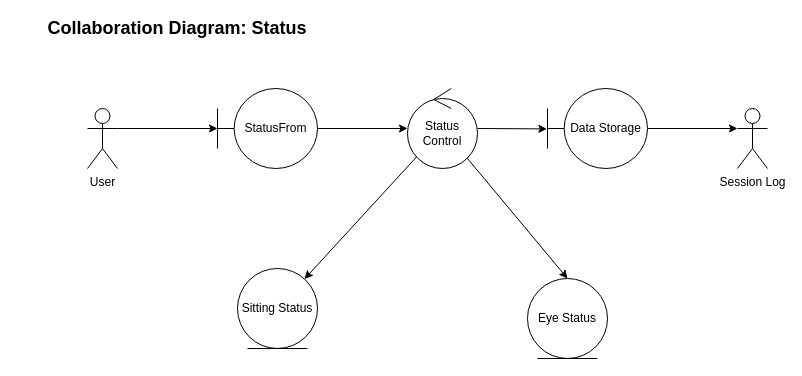
Above: page "Status" (3 of 10) of Design/Collaboration_Diagram.drawio in astrrr/Right-posture (draw.io), before the change. Source tidied: cells renumbered, new cells numbered last; positions are measured from the earlier drawing's top-left corner, leaving out a move shared by most shapes. Both pictures are drawn from the tidied source at 100%, with x=0, y=0 at pixel (17, 18).
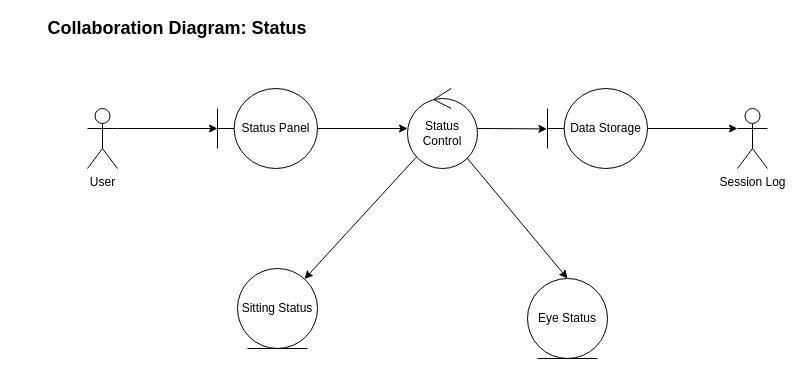
The same diagram, later.

Change to the diagram source:
```diff
@@
 <mxGraphModel>
   <root>
     <mxCell id="0" />
     <mxCell id="1" parent="0" />
     <mxCell id="2" value="&lt;b&gt;&lt;font style=&quot;font-size: 18px&quot;&gt;Collaboration Diagram: Status&lt;br&gt;&lt;/font&gt;&lt;/b&gt;" style="text;html=1;strokeColor=none;fillColor=none;align=center;verticalAlign=middle;whiteSpace=wrap;rounded=0;" parent="1" vertex="1">
       <mxGeometry width="320" height="20" as="geometry" />
     </mxCell>
     <mxCell id="3" style="edgeStyle=none;rounded=0;jettySize=auto;html=1;exitX=1;exitY=0.3333333333333333;exitDx=0;exitDy=0;exitPerimeter=0;" parent="1" edge="1" source="4" target="6">
       <mxGeometry relative="1" as="geometry" />
     </mxCell>
     <mxCell id="4" value="User" style="shape=umlActor;verticalLabelPosition=bottom;verticalAlign=top;html=1;" parent="1" vertex="1">
       <mxGeometry x="70" y="90" width="30" height="60" as="geometry" />
     </mxCell>
     <mxCell id="5" style="edgeStyle=orthogonalEdgeStyle;rounded=0;jettySize=auto;html=1;" parent="1" edge="1" source="6" target="10">
       <mxGeometry relative="1" as="geometry" />
     </mxCell>
-    <mxCell id="6" value="StatusFrom" style="shape=umlBoundary;whiteSpace=wrap;html=1;" parent="1" vertex="1">
+    <mxCell id="6" value="Status Panel" style="shape=umlBoundary;whiteSpace=wrap;html=1;" parent="1" vertex="1">
       <mxGeometry x="200" y="70" width="100" height="80" as="geometry" />
     </mxCell>
     <mxCell id="7" style="rounded=0;jettySize=auto;html=1;" parent="1" edge="1" source="10" target="11">
       <mxGeometry relative="1" as="geometry" />
     </mxCell>
     <mxCell id="8" style="edgeStyle=none;rounded=0;jettySize=auto;html=1;entryX=0.5;entryY=0;entryDx=0;entryDy=0;" parent="1" edge="1" source="10" target="12">
       <mxGeometry relative="1" as="geometry" />
     </mxCell>
     <mxCell id="9" style="edgeStyle=none;rounded=0;jettySize=auto;html=1;entryX=-0.006;entryY=0.505;entryDx=0;entryDy=0;entryPerimeter=0;" parent="1" edge="1" source="10" target="14">
       <mxGeometry relative="1" as="geometry" />
     </mxCell>
     <mxCell id="10" value="Status&lt;br&gt;Control" style="ellipse;shape=umlControl;whiteSpace=wrap;html=1;" parent="1" vertex="1">
       <mxGeometry x="390" y="70" width="70" height="80" as="geometry" />
     </mxCell>
     <mxCell id="11" value="Sitting Status" style="ellipse;shape=umlEntity;whiteSpace=wrap;html=1;" parent="1" vertex="1">
       <mxGeometry x="220" y="250" width="80" height="80" as="geometry" />
     </mxCell>
     <mxCell id="12" value="Eye Status" style="ellipse;shape=umlEntity;whiteSpace=wrap;html=1;" parent="1" vertex="1">
       <mxGeometry x="510" y="260" width="80" height="80" as="geometry" />
     </mxCell>
     <mxCell id="13" style="edgeStyle=none;rounded=0;jettySize=auto;html=1;entryX=0;entryY=0.3333333333333333;entryDx=0;entryDy=0;entryPerimeter=0;" parent="1" edge="1" source="14" target="15">
       <mxGeometry relative="1" as="geometry" />
     </mxCell>
     <mxCell id="14" value="Data Storage" style="shape=umlBoundary;whiteSpace=wrap;html=1;" parent="1" vertex="1">
       <mxGeometry x="530" y="70" width="100" height="80" as="geometry" />
     </mxCell>
     <mxCell id="15" value="&lt;span&gt;Session Log&lt;/span&gt;" style="shape=umlActor;verticalLabelPosition=bottom;verticalAlign=top;html=1;" parent="1" vertex="1">
       <mxGeometry x="720" y="90" width="30" height="60" as="geometry" />
     </mxCell>
   </root>
 </mxGraphModel>
```
